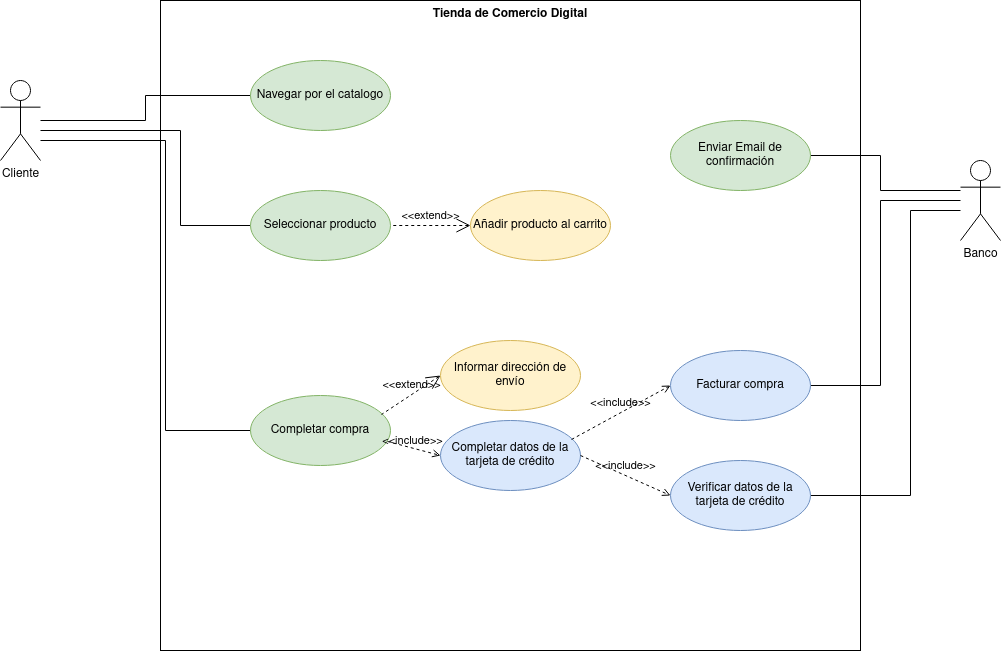
This is Tienda_de_Comercio_Electrónico.png from alejandrosalazargonzalez/Examen-te-rico-ETS, a draw.io export, as it was before one commit. Source tidied: cells renumbered, new cells last; positions are measured from the earlier drawing's top-left corner, leaving out a move shared by most shapes.
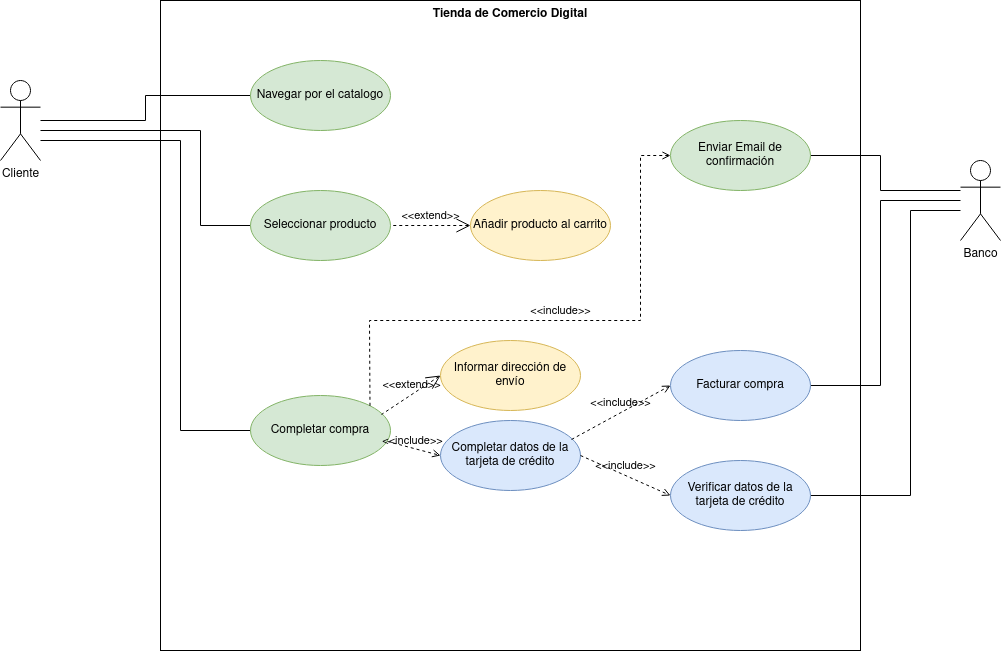
The same diagram one commit later.

What changed in the source:
```diff
@@ -11,16 +11,16 @@
     <mxCell id="4" style="edgeStyle=orthogonalEdgeStyle;rounded=0;jettySize=auto;html=1;entryX=0;entryY=0.5;entryDx=0;entryDy=0;endArrow=none;endFill=0;" parent="1" edge="1" source="6" target="8">
       <mxGeometry relative="1" as="geometry">
         <Array as="points">
-          <mxPoint x="180" y="130" />
-          <mxPoint x="180" y="225" />
+          <mxPoint x="200" y="130" />
+          <mxPoint x="200" y="225" />
         </Array>
       </mxGeometry>
     </mxCell>
     <mxCell id="5" style="edgeStyle=orthogonalEdgeStyle;rounded=0;jettySize=auto;html=1;entryX=0;entryY=0.5;entryDx=0;entryDy=0;endArrow=none;endFill=0;" parent="1" edge="1" source="6" target="10">
       <mxGeometry relative="1" as="geometry">
         <Array as="points">
-          <mxPoint x="165" y="140" />
-          <mxPoint x="165" y="430" />
+          <mxPoint x="180" y="140" />
+          <mxPoint x="180" y="430" />
         </Array>
       </mxGeometry>
     </mxCell>
@@ -96,5 +96,14 @@
     <mxCell id="24" value="&amp;lt;&amp;lt;extend&amp;gt;&amp;gt;" style="edgeStyle=none;html=1;startArrow=open;endArrow=none;startSize=12;verticalAlign=bottom;dashed=1;labelBackgroundColor=none;rounded=0;exitX=0;exitY=0.5;exitDx=0;exitDy=0;entryX=0.936;entryY=0.271;entryDx=0;entryDy=0;entryPerimeter=0;" parent="1" edge="1" source="11" target="10">
       <mxGeometry relative="1" as="geometry" />
     </mxCell>
+    <mxCell id="25" value="&amp;lt;&amp;lt;include&amp;gt;&amp;gt;" style="edgeStyle=none;html=1;endArrow=open;verticalAlign=bottom;dashed=1;labelBackgroundColor=none;rounded=0;exitX=1;exitY=0;exitDx=0;exitDy=0;entryX=0;entryY=0.5;entryDx=0;entryDy=0;" parent="1" edge="1" source="10" target="22">
+      <mxGeometry relative="1" as="geometry">
+        <Array as="points">
+          <mxPoint x="369" y="320" />
+          <mxPoint x="640" y="320" />
+          <mxPoint x="640" y="155" />
+        </Array>
+      </mxGeometry>
+    </mxCell>
   </root>
 </mxGraphModel>
```
